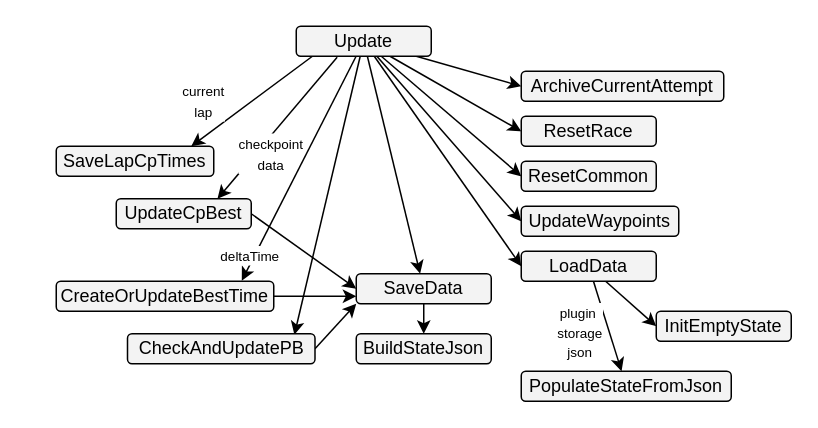
The draw.io diagram diagrams/drawio/structure_charts.drawio in nolanvargas/Weekly-Grand-Splits, before the edit. Source tidied: cells renumbered, new cells numbered last; positions are measured from the earlier drawing's top-left corner, leaving out a move shared by most shapes. Both pictures are drawn from the tidied source at 150%, with x=0, y=0 at pixel (56, 26).
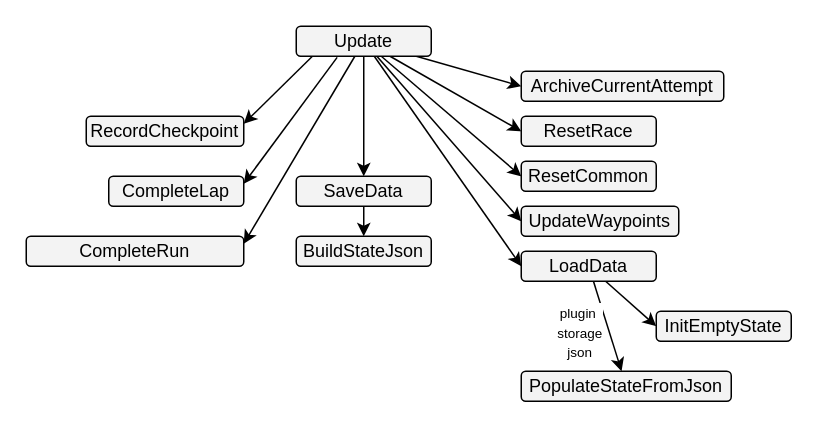
The same page after the edit.

Unchanged cells that the change refers to:
```xml
<mxCell id="12" value="Update" style="rounded=1;whiteSpace=wrap;html=1;fillColor=#F3F3F3;" parent="1" vertex="1">
  <mxGeometry x="160" width="90" height="20" as="geometry" />
</mxCell>
```

The edit, as a diff of the source:
```diff
@@
-    <mxCell id="8" value="&lt;font style=&quot;font-size: 9px;&quot;&gt;checkpoint&lt;/font&gt;&lt;div&gt;&lt;font style=&quot;font-size: 9px;&quot;&gt;data&lt;/font&gt;&lt;/div&gt;" style="rounded=0;jettySize=auto;html=1;exitX=0.303;exitY=1.036;exitDx=0;exitDy=0;exitPerimeter=0;entryX=0.75;entryY=0;entryDx=0;entryDy=0;" parent="1" edge="1" source="12" target="23">
+    <mxCell id="8" style="rounded=0;jettySize=auto;html=1;exitX=0.303;exitY=1.036;exitDx=0;exitDy=0;exitPerimeter=0;entryX=1;entryY=0.25;entryDx=0;entryDy=0;" parent="1" edge="1" source="12" target="23">
       <mxGeometry x="0.26" y="8" relative="1" as="geometry" />
     </mxCell>
-    <mxCell id="9" value="&lt;font style=&quot;font-size: 9px;&quot;&gt;deltaTime&lt;/font&gt;" style="rounded=0;jettySize=auto;html=1;entryX=0.853;entryY=-0.019;entryDx=0;entryDy=0;entryPerimeter=0;" parent="1" edge="1" source="12" target="25">
+    <mxCell id="9" style="rounded=0;jettySize=auto;html=1;entryX=1;entryY=0.25;entryDx=0;entryDy=0;" parent="1" edge="1" source="12" target="25">
       <mxGeometry x="0.8" y="-3" relative="1" as="geometry" />
     </mxCell>
-    <mxCell id="10" value="&lt;font style=&quot;font-size: 9px;&quot;&gt;current&lt;/font&gt;&lt;div&gt;&lt;font style=&quot;font-size: 9px;&quot;&gt;lap&lt;/font&gt;&lt;/div&gt;" style="rounded=0;jettySize=auto;html=1;entryX=0.857;entryY=0;entryDx=0;entryDy=0;entryPerimeter=0;exitX=0.12;exitY=1;exitDx=0;exitDy=0;exitPerimeter=0;" parent="1" edge="1" source="12" target="26">
+    <mxCell id="10" style="rounded=0;jettySize=auto;html=1;entryX=1;entryY=0.25;entryDx=0;entryDy=0;exitX=0.12;exitY=1;exitDx=0;exitDy=0;exitPerimeter=0;" parent="1" edge="1" source="12" target="26">
       <mxGeometry x="0.51" y="-19" relative="1" as="geometry" />
     </mxCell>
-    <mxCell id="11" style="rounded=0;jettySize=auto;html=1;entryX=0.89;entryY=0.036;entryDx=0;entryDy=0;entryPerimeter=0;" parent="1" edge="1" source="12" target="28">
-      <mxGeometry relative="1" as="geometry" />
-    </mxCell>
@@
     <mxCell id="21" value="SaveData" style="rounded=1;whiteSpace=wrap;html=1;fillColor=#F3F3F3;" parent="1" vertex="1">
-      <mxGeometry x="200" y="165" width="90" height="20" as="geometry" />
+      <mxGeometry x="160" y="100" width="90" height="20" as="geometry" />
     </mxCell>
-    <mxCell id="22" style="rounded=0;jettySize=auto;html=1;entryX=0;entryY=0.5;entryDx=0;entryDy=0;exitX=1;exitY=0.5;exitDx=0;exitDy=0;" parent="1" edge="1" source="23" target="21">
-      <mxGeometry relative="1" as="geometry" />
-    </mxCell>
-    <mxCell id="23" value="UpdateCpBest" style="rounded=1;whiteSpace=wrap;html=1;fillColor=#F3F3F3;" parent="1" vertex="1">
-      <mxGeometry x="40" y="115" width="90" height="20" as="geometry" />
+    <mxCell id="23" value="CompleteLap" style="rounded=1;whiteSpace=wrap;html=1;fillColor=#F3F3F3;" parent="1" vertex="1">
+      <mxGeometry x="35" y="100" width="90" height="20" as="geometry" />
     </mxCell>
-    <mxCell id="24" style="rounded=0;jettySize=auto;html=1;entryX=0;entryY=0.75;entryDx=0;entryDy=0;exitX=1;exitY=0.5;exitDx=0;exitDy=0;" parent="1" edge="1" source="25" target="21">
-      <mxGeometry relative="1" as="geometry" />
-    </mxCell>
-    <mxCell id="25" value="CreateOrUpdateBestTime" style="rounded=1;whiteSpace=wrap;html=1;fillColor=#F3F3F3;" parent="1" vertex="1">
-      <mxGeometry y="170" width="145" height="20" as="geometry" />
+    <mxCell id="25" value="CompleteRun" style="rounded=1;whiteSpace=wrap;html=1;fillColor=#F3F3F3;" parent="1" vertex="1">
+      <mxGeometry x="-20" y="140" width="145" height="20" as="geometry" />
     </mxCell>
-    <mxCell id="26" value="SaveLapCpTimes" style="rounded=1;whiteSpace=wrap;html=1;fillColor=#F3F3F3;" parent="1" vertex="1">
-      <mxGeometry y="80" width="105" height="20" as="geometry" />
+    <mxCell id="26" value="RecordCheckpoint" style="rounded=1;whiteSpace=wrap;html=1;fillColor=#F3F3F3;" parent="1" vertex="1">
+      <mxGeometry x="20" y="60" width="105" height="20" as="geometry" />
     </mxCell>
-    <mxCell id="27" style="rounded=0;jettySize=auto;html=1;entryX=0;entryY=1;entryDx=0;entryDy=0;exitX=1;exitY=0.5;exitDx=0;exitDy=0;" parent="1" edge="1" source="28" target="21">
-      <mxGeometry relative="1" as="geometry" />
-    </mxCell>
-    <mxCell id="28" value="CheckAndUpdatePB" style="rounded=1;whiteSpace=wrap;html=1;fillColor=#F3F3F3;" parent="1" vertex="1">
-      <mxGeometry x="47.5" y="205" width="125" height="20" as="geometry" />
-    </mxCell>
@@
     <mxCell id="31" value="BuildStateJson" style="rounded=1;whiteSpace=wrap;html=1;fillColor=#F3F3F3;" parent="1" vertex="1">
-      <mxGeometry x="200" y="205" width="90" height="20" as="geometry" />
+      <mxGeometry x="160" y="140" width="90" height="20" as="geometry" />
     </mxCell>
```
